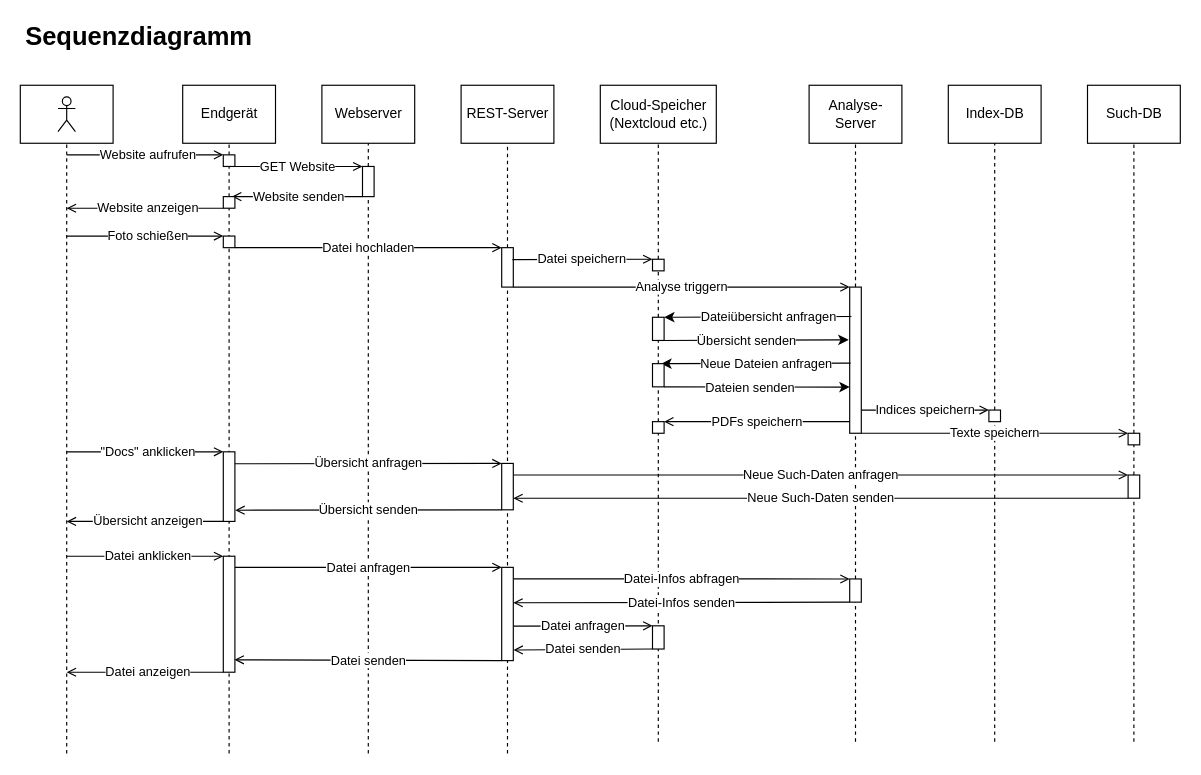
doc-ver/Doku keeps this draw.io diagram as page "Sequenzdiagramm" (2 of 3) of docs/Overview/resources/Diagramme/doc-ver_Diagramme.drawio. Above is the earlier version. Source tidied: cells renumbered, new cells numbered last; positions are measured from the earlier drawing's top-left corner, leaving out a move shared by most shapes. Both pictures are drawn from the tidied source at 116%, with x=0, y=0 at pixel (20, 20).
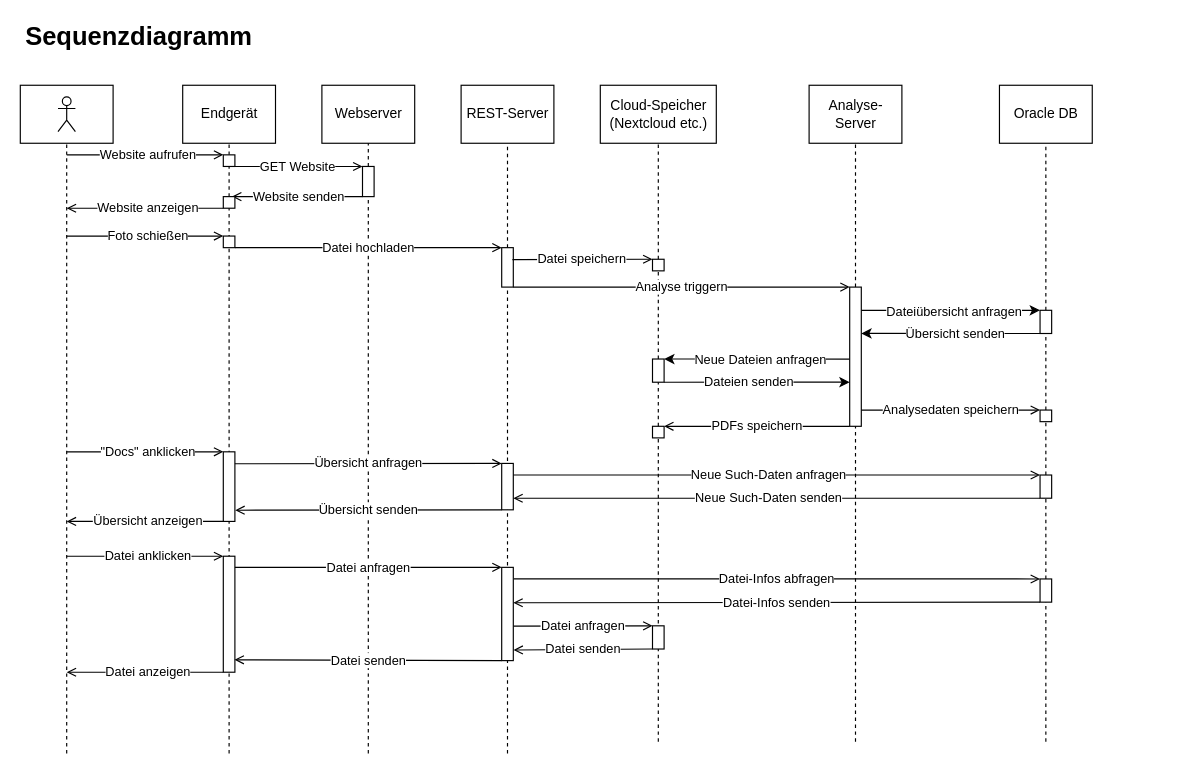
After the change.

Commit message (it also covers changes not shown here):
Sequenzdiagramm ueberarbeitet

Unchanged cells that the change refers to:
```xml
<mxCell id="28" style="rounded=0;whiteSpace=wrap;html=1;" parent="1" vertex="1">
  <mxGeometry x="545" y="206" width="10" height="10" as="geometry" />
</mxCell>
<mxCell id="63" style="rounded=0;whiteSpace=wrap;html=1;" parent="1" vertex="1">
  <mxGeometry x="415" y="382" width="10" height="40" as="geometry" />
</mxCell>
```

Change to the diagram source:
```diff
@@
-    <mxCell id="29" style="endArrow=none;dashed=1;html=1;strokeWidth=1;entryX=0.5;entryY=1;entryDx=0;entryDy=0;" parent="1" edge="1" source="35" target="28">
+    <mxCell id="29" style="endArrow=none;dashed=1;html=1;strokeWidth=1;entryX=0.5;entryY=1;entryDx=0;entryDy=0;exitX=0.5;exitY=0;exitDx=0;exitDy=0;" parent="1" edge="1" source="45" target="28">
       <mxGeometry relative="1" as="geometry" />
     </mxCell>
@@
     <mxCell id="33" style="rounded=0;whiteSpace=wrap;html=1;" parent="1" vertex="1">
-      <mxGeometry x="715" y="230" width="10" height="126" as="geometry" />
+      <mxGeometry x="715" y="230" width="10" height="120" as="geometry" />
     </mxCell>
-    <mxCell id="34" style="endArrow=none;dashed=1;html=1;entryX=0.5;entryY=1;entryDx=0;entryDy=0;rounded=1;strokeWidth=1;" parent="1" edge="1" source="76" target="33">
-      <mxGeometry relative="1" as="geometry" />
-    </mxCell>
-    <mxCell id="35" style="rounded=0;whiteSpace=wrap;html=1;" parent="1" vertex="1">
-      <mxGeometry x="545" y="256" width="10" height="20" as="geometry" />
-    </mxCell>
-    <mxCell id="36" style="endArrow=none;dashed=1;html=1;strokeWidth=1;entryX=0.5;entryY=1;entryDx=0;entryDy=0;" parent="1" edge="1" source="45" target="35">
-      <mxGeometry relative="1" as="geometry" />
-    </mxCell>
-    <mxCell id="37" style="endArrow=classic;html=1;strokeWidth=1;exitX=0.148;exitY=0.201;exitDx=0;exitDy=0;entryX=1;entryY=0;entryDx=0;entryDy=0;exitPerimeter=0;" parent="1" edge="1" source="33" target="35">
+    <mxCell id="37" style="endArrow=classic;html=1;strokeWidth=1;entryX=0;entryY=0;entryDx=0;entryDy=0;exitX=1;exitY=0.167;exitDx=0;exitDy=0;exitPerimeter=0;" parent="1" edge="1" source="33" target="86">
       <mxGeometry relative="1" as="geometry" />
     </mxCell>
     <mxCell id="38" value="Dateiübersicht anfragen" style="edgeLabel;html=1;align=center;verticalAlign=middle;" parent="37" vertex="1">
       <mxGeometry x="-0.14" y="3" relative="1" as="geometry">
-        <mxPoint x="-3.3" y="-3" as="offset" />
+        <mxPoint x="13.3" y="3" as="offset" />
       </mxGeometry>
     </mxCell>
-    <mxCell id="39" style="endArrow=classic;html=1;strokeWidth=1;exitX=0.75;exitY=1;exitDx=0;exitDy=0;entryX=-0.094;entryY=0.361;entryDx=0;entryDy=0;entryPerimeter=0;" parent="1" edge="1" source="35" target="33">
+    <mxCell id="39" style="endArrow=classic;html=1;strokeWidth=1;exitX=0;exitY=1;exitDx=0;exitDy=0;entryX=0.994;entryY=0.333;entryDx=0;entryDy=0;entryPerimeter=0;" parent="1" edge="1" source="86" target="33">
       <mxGeometry relative="1" as="geometry" />
     </mxCell>
     <mxCell id="40" value="Übersicht senden" style="edgeLabel;html=1;align=center;verticalAlign=middle;" parent="39" vertex="1">
       <mxGeometry x="-0.14" y="3" relative="1" as="geometry">
-        <mxPoint x="4.4" y="3" as="offset" />
+        <mxPoint x="-7.8" y="-3.1" as="offset" />
       </mxGeometry>
     </mxCell>
-    <mxCell id="41" style="endArrow=classic;html=1;strokeWidth=1;exitX=1;exitY=1;exitDx=0;exitDy=0;entryX=0.003;entryY=0.684;entryDx=0;entryDy=0;entryPerimeter=0;" parent="1" edge="1" source="45" target="33">
+    <mxCell id="41" style="endArrow=classic;html=1;strokeWidth=1;exitX=1;exitY=1;exitDx=0;exitDy=0;entryX=0;entryY=0.683;entryDx=0;entryDy=0;entryPerimeter=0;" parent="1" edge="1" source="45" target="33">
       <mxGeometry relative="1" as="geometry" />
     </mxCell>
     <mxCell id="42" value="Dateien senden" style="edgeLabel;html=1;align=center;verticalAlign=middle;" parent="41" vertex="1">
       <mxGeometry x="-0.14" y="3" relative="1" as="geometry">
-        <mxPoint x="4.4" y="3" as="offset" />
+        <mxPoint x="4" y="3" as="offset" />
       </mxGeometry>
     </mxCell>
-    <mxCell id="43" style="endArrow=classic;html=1;strokeWidth=1;entryX=0.75;entryY=0;entryDx=0;entryDy=0;exitX=0.084;exitY=0.52;exitDx=0;exitDy=0;exitPerimeter=0;" parent="1" edge="1" source="33" target="45">
+    <mxCell id="43" style="endArrow=classic;html=1;strokeWidth=1;entryX=1;entryY=0;entryDx=0;entryDy=0;exitX=-0.013;exitY=0.517;exitDx=0;exitDy=0;exitPerimeter=0;" parent="1" edge="1" source="33" target="45">
       <mxGeometry relative="1" as="geometry" />
     </mxCell>
     <mxCell id="44" value="Neue Dateien anfragen" style="edgeLabel;html=1;align=center;verticalAlign=middle;" parent="43" vertex="1">
       <mxGeometry x="-0.14" y="3" relative="1" as="geometry">
-        <mxPoint x="-3.3" y="-3" as="offset" />
+        <mxPoint x="-8.2" y="-3" as="offset" />
       </mxGeometry>
     </mxCell>
-    <mxCell id="45" style="rounded=0;whiteSpace=wrap;html=1;" parent="1" vertex="1">
-      <mxGeometry x="545" y="296" width="10" height="20" as="geometry" />
-    </mxCell>
-    <mxCell id="46" style="endArrow=none;dashed=1;html=1;strokeWidth=1;entryX=0.5;entryY=1;entryDx=0;entryDy=0;" parent="1" edge="1" source="57" target="45">
-      <mxGeometry relative="1" as="geometry" />
-    </mxCell>
-    <mxCell id="47" value="Index-DB" style="html=1;" parent="1" vertex="1">
-      <mxGeometry x="800" y="56" width="80" height="50" as="geometry" />
+    <mxCell id="47" value="Oracle DB" style="html=1;" parent="1" vertex="1">
+      <mxGeometry x="844.1" y="56" width="80" height="50" as="geometry" />
     </mxCell>
-    <mxCell id="48" style="endArrow=none;dashed=1;html=1;entryX=0.5;entryY=1;entryDx=0;entryDy=0;rounded=1;strokeWidth=1;" parent="1" edge="1" source="49" target="47">
+    <mxCell id="48" style="endArrow=none;dashed=1;html=1;entryX=0.5;entryY=1;entryDx=0;entryDy=0;rounded=1;strokeWidth=1;" parent="1" edge="1" source="86" target="47">
       <mxGeometry relative="1" as="geometry" />
     </mxCell>
     <mxCell id="49" style="rounded=0;whiteSpace=wrap;html=1;" parent="1" vertex="1">
-      <mxGeometry x="835" y="336" width="10" height="10" as="geometry" />
+      <mxGeometry x="879.1" y="336" width="10" height="10" as="geometry" />
     </mxCell>
-    <mxCell id="50" style="endArrow=none;dashed=1;html=1;entryX=0.5;entryY=1;entryDx=0;entryDy=0;rounded=1;strokeWidth=1;" parent="1" edge="1" target="49">
-      <mxGeometry relative="1" as="geometry">
-        <mxPoint x="840" y="622" as="sourcePoint" />
-      </mxGeometry>
+    <mxCell id="50" style="endArrow=none;dashed=1;html=1;entryX=0.5;entryY=1;entryDx=0;entryDy=0;rounded=1;strokeWidth=1;exitX=0.5;exitY=0;exitDx=0;exitDy=0;" parent="1" edge="1" source="65" target="49">
+      <mxGeometry relative="1" as="geometry" />
     </mxCell>
-    <mxCell id="51" value="Indices speichern" style="endArrow=open;html=1;strokeWidth=1;endFill=0;entryX=0;entryY=0;entryDx=0;entryDy=0;" parent="1" edge="1" target="49">
+    <mxCell id="51" value="Analysedaten speichern" style="endArrow=open;html=1;strokeWidth=1;endFill=0;entryX=0;entryY=0;entryDx=0;entryDy=0;" parent="1" edge="1" target="49">
       <mxGeometry relative="1" as="geometry">
         <mxPoint x="725" y="336" as="sourcePoint" />
       </mxGeometry>
     </mxCell>
-    <mxCell id="52" value="Such-DB" style="html=1;" parent="1" vertex="1">
-      <mxGeometry x="920" y="56" width="80" height="50" as="geometry" />
-    </mxCell>
-    <mxCell id="53" style="endArrow=none;dashed=1;html=1;entryX=0.5;entryY=1;entryDx=0;entryDy=0;rounded=1;strokeWidth=1;" parent="1" edge="1" source="54" target="52">
-      <mxGeometry relative="1" as="geometry" />
-    </mxCell>
-    <mxCell id="54" style="rounded=0;whiteSpace=wrap;html=1;" parent="1" vertex="1">
-      <mxGeometry x="955" y="356" width="10" height="10" as="geometry" />
-    </mxCell>
-    <mxCell id="55" style="endArrow=none;dashed=1;html=1;entryX=0.5;entryY=1;entryDx=0;entryDy=0;rounded=1;strokeWidth=1;" parent="1" edge="1" source="65" target="54">
-      <mxGeometry relative="1" as="geometry" />
-    </mxCell>
-    <mxCell id="56" value="Texte speichern" style="endArrow=open;html=1;strokeWidth=1;endFill=0;entryX=0;entryY=0;entryDx=0;entryDy=0;exitX=1;exitY=1;exitDx=0;exitDy=0;" parent="1" edge="1" source="33" target="54">
-      <mxGeometry relative="1" as="geometry" />
-    </mxCell>
     <mxCell id="57" style="rounded=0;whiteSpace=wrap;html=1;" parent="1" vertex="1">
-      <mxGeometry x="545" y="346" width="10" height="10" as="geometry" />
+      <mxGeometry x="545" y="350" width="10" height="10" as="geometry" />
     </mxCell>
@@
-    <mxCell id="59" value="PDFs speichern" style="endArrow=open;html=1;strokeWidth=1;endFill=0;entryX=1;entryY=0;entryDx=0;entryDy=0;" parent="1" edge="1" target="57">
-      <mxGeometry relative="1" as="geometry">
-        <mxPoint x="715" y="346" as="sourcePoint" />
-      </mxGeometry>
+    <mxCell id="59" value="PDFs speichern" style="endArrow=open;html=1;strokeWidth=1;endFill=0;entryX=1;entryY=0;entryDx=0;entryDy=0;exitX=0;exitY=1;exitDx=0;exitDy=0;" parent="1" edge="1" source="33" target="57">
+      <mxGeometry relative="1" as="geometry" />
     </mxCell>
@@
     <mxCell id="64" value="Neue Such-Daten anfragen" style="endArrow=open;html=1;strokeWidth=1;endFill=0;entryX=0;entryY=0;entryDx=0;entryDy=0;exitX=1;exitY=0.25;exitDx=0;exitDy=0;" parent="1" edge="1" source="63" target="65">
-      <mxGeometry relative="1" as="geometry" />
+      <mxGeometry x="-0.03" relative="1" as="geometry" />
     </mxCell>
-    <mxCell id="65" style="rounded=0;whiteSpace=wrap;html=1;" parent="1" vertex="1">
-      <mxGeometry x="955" y="392" width="10" height="20" as="geometry" />
-    </mxCell>
-    <mxCell id="66" style="endArrow=none;dashed=1;html=1;entryX=0.5;entryY=1;entryDx=0;entryDy=0;rounded=1;strokeWidth=1;" parent="1" edge="1" target="65">
-      <mxGeometry relative="1" as="geometry">
-        <mxPoint x="960" y="622" as="sourcePoint" />
-      </mxGeometry>
-    </mxCell>
     <mxCell id="67" value="Neue Such-Daten senden" style="endArrow=open;html=1;strokeWidth=1;endFill=0;entryX=1;entryY=0.75;entryDx=0;entryDy=0;exitX=0;exitY=1;exitDx=0;exitDy=0;" parent="1" edge="1" source="65" target="63">
-      <mxGeometry relative="1" as="geometry" />
+      <mxGeometry x="0.03" relative="1" as="geometry" />
     </mxCell>
@@
-    <mxCell id="76" style="rounded=0;whiteSpace=wrap;html=1;" parent="1" vertex="1">
-      <mxGeometry x="715" y="481.6" width="10" height="20" as="geometry" />
-    </mxCell>
-    <mxCell id="77" style="endArrow=none;dashed=1;html=1;entryX=0.5;entryY=1;entryDx=0;entryDy=0;rounded=1;strokeWidth=1;" parent="1" edge="1" target="76">
+    <mxCell id="77" style="endArrow=none;dashed=1;html=1;rounded=1;strokeWidth=1;entryX=0.5;entryY=1;entryDx=0;entryDy=0;" parent="1" edge="1" target="33">
       <mxGeometry relative="1" as="geometry">
         <mxPoint x="720" y="622" as="sourcePoint" />
       </mxGeometry>
     </mxCell>
@@
+    <mxCell id="65" style="rounded=0;whiteSpace=wrap;html=1;" parent="1" vertex="1">
+      <mxGeometry x="879.1" y="392" width="10" height="20" as="geometry" />
+    </mxCell>
+    <mxCell id="85" style="endArrow=none;dashed=1;html=1;entryX=0.5;entryY=1;entryDx=0;entryDy=0;rounded=1;strokeWidth=1;" parent="1" edge="1" source="76" target="65">
+      <mxGeometry relative="1" as="geometry" />
+    </mxCell>
+    <mxCell id="86" style="rounded=0;whiteSpace=wrap;html=1;" parent="1" vertex="1">
+      <mxGeometry x="879.1" y="250" width="10" height="20" as="geometry" />
+    </mxCell>
+    <mxCell id="87" style="endArrow=none;dashed=1;html=1;entryX=0.5;entryY=1;entryDx=0;entryDy=0;rounded=1;strokeWidth=1;exitX=0.5;exitY=0;exitDx=0;exitDy=0;" parent="1" edge="1" source="49" target="86">
+      <mxGeometry relative="1" as="geometry" />
+    </mxCell>
+    <mxCell id="76" style="rounded=0;whiteSpace=wrap;html=1;" parent="1" vertex="1">
+      <mxGeometry x="879.1" y="481.6" width="10" height="20" as="geometry" />
+    </mxCell>
+    <mxCell id="88" style="endArrow=none;dashed=1;html=1;entryX=0.5;entryY=1;entryDx=0;entryDy=0;rounded=1;strokeWidth=1;" parent="1" edge="1" target="76">
+      <mxGeometry relative="1" as="geometry">
+        <mxPoint x="884.1" y="622" as="sourcePoint" />
+      </mxGeometry>
+    </mxCell>
+    <mxCell id="45" style="rounded=0;whiteSpace=wrap;html=1;" parent="1" vertex="1">
+      <mxGeometry x="545" y="292" width="10" height="20" as="geometry" />
+    </mxCell>
+    <mxCell id="46" style="endArrow=none;dashed=1;html=1;strokeWidth=1;entryX=0.5;entryY=1;entryDx=0;entryDy=0;exitX=0.5;exitY=0;exitDx=0;exitDy=0;" parent="1" edge="1" source="57" target="45">
+      <mxGeometry relative="1" as="geometry" />
+    </mxCell>
```
